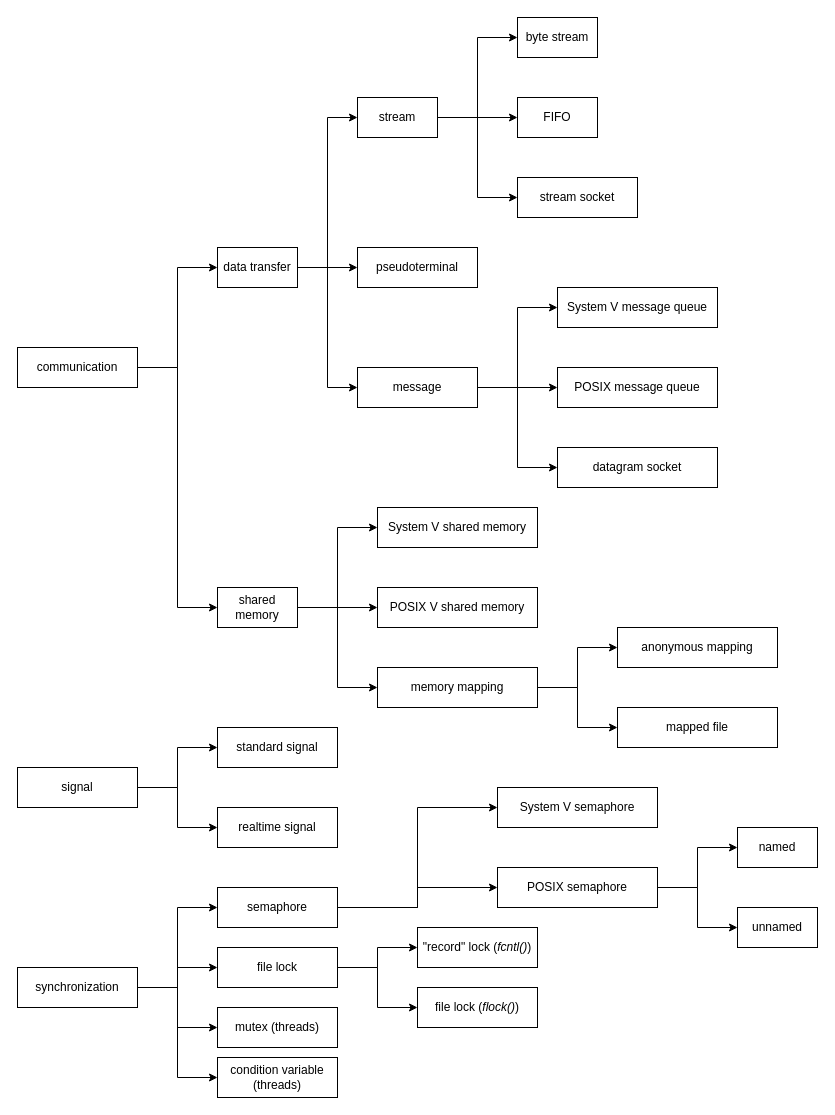
This is unix_ipc_taxonomy.drawio from da0p/diagram-notes, a draw.io file, before an edit. Source tidied: cells renumbered, new cells numbered last; positions are measured from the earlier drawing's top-left corner, leaving out a move shared by most shapes. Both pictures are drawn from the tidied source at 100%, with x=0, y=0 at pixel (17, 17).
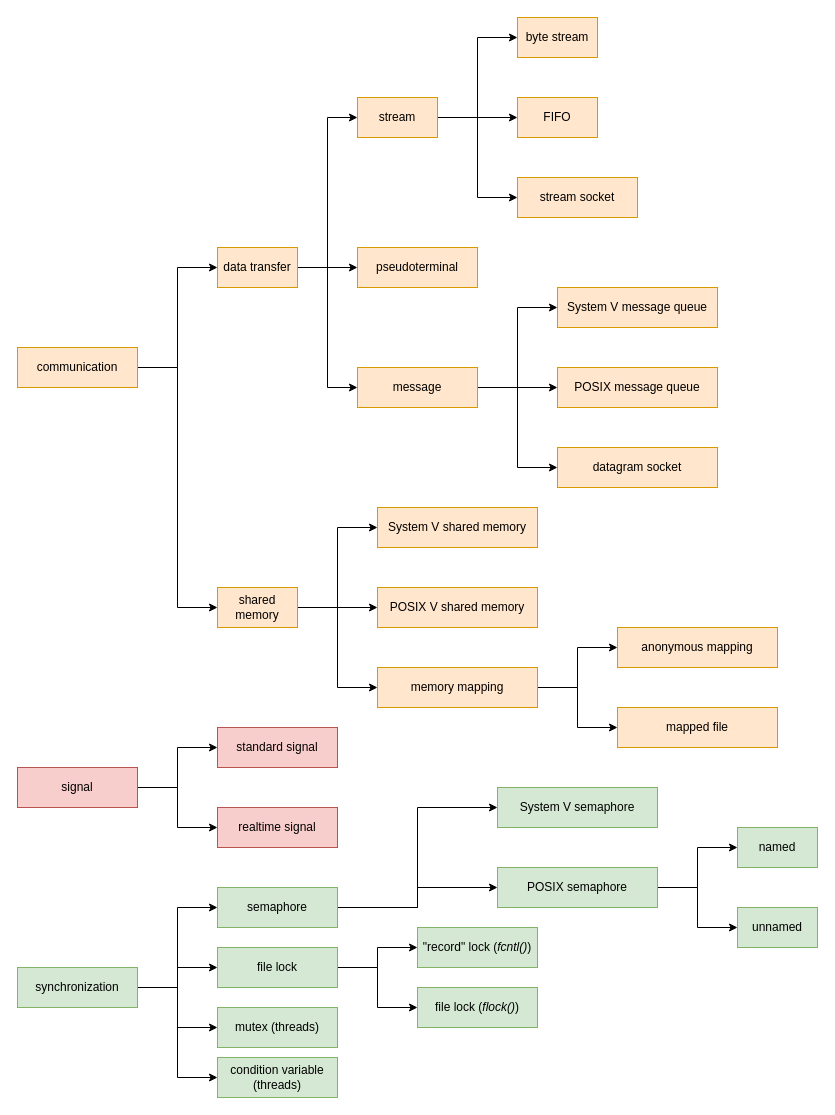
After the change.

Change to the diagram source:
```diff
@@
-    <mxCell id="5" value="communication" style="rounded=0;whiteSpace=wrap;html=1;" parent="1" vertex="1">
+    <mxCell id="5" value="communication" style="rounded=0;whiteSpace=wrap;html=1;fillColor=#ffe6cc;strokeColor=#d79b00;" parent="1" vertex="1">
       <mxGeometry y="330" width="120" height="40" as="geometry" />
     </mxCell>
@@
-    <mxCell id="9" value="stream" style="rounded=0;whiteSpace=wrap;html=1;" parent="1" vertex="1">
+    <mxCell id="9" value="stream" style="rounded=0;whiteSpace=wrap;html=1;fillColor=#ffe6cc;strokeColor=#d79b00;" parent="1" vertex="1">
       <mxGeometry x="340" y="80" width="80" height="40" as="geometry" />
     </mxCell>
-    <mxCell id="10" value="byte stream" style="rounded=0;whiteSpace=wrap;html=1;" parent="1" vertex="1">
+    <mxCell id="10" value="byte stream" style="rounded=0;whiteSpace=wrap;html=1;fillColor=#ffe6cc;strokeColor=#d79b00;" parent="1" vertex="1">
       <mxGeometry x="500" width="80" height="40" as="geometry" />
     </mxCell>
-    <mxCell id="11" value="pseudoterminal" style="rounded=0;whiteSpace=wrap;html=1;" parent="1" vertex="1">
+    <mxCell id="11" value="pseudoterminal" style="rounded=0;whiteSpace=wrap;html=1;fillColor=#ffe6cc;strokeColor=#d79b00;" parent="1" vertex="1">
       <mxGeometry x="340" y="230" width="120" height="40" as="geometry" />
     </mxCell>
@@
-    <mxCell id="15" value="message" style="rounded=0;whiteSpace=wrap;html=1;" parent="1" vertex="1">
+    <mxCell id="15" value="message" style="rounded=0;whiteSpace=wrap;html=1;fillColor=#ffe6cc;strokeColor=#d79b00;" parent="1" vertex="1">
       <mxGeometry x="340" y="350" width="120" height="40" as="geometry" />
     </mxCell>
-    <mxCell id="16" value="FIFO" style="rounded=0;whiteSpace=wrap;html=1;" parent="1" vertex="1">
+    <mxCell id="16" value="FIFO" style="rounded=0;whiteSpace=wrap;html=1;fillColor=#ffe6cc;strokeColor=#d79b00;" parent="1" vertex="1">
       <mxGeometry x="500" y="80" width="80" height="40" as="geometry" />
     </mxCell>
-    <mxCell id="17" value="stream socket" style="rounded=0;whiteSpace=wrap;html=1;" parent="1" vertex="1">
+    <mxCell id="17" value="stream socket" style="rounded=0;whiteSpace=wrap;html=1;fillColor=#ffe6cc;strokeColor=#d79b00;" parent="1" vertex="1">
       <mxGeometry x="500" y="160" width="120" height="40" as="geometry" />
     </mxCell>
-    <mxCell id="18" value="System V message queue" style="rounded=0;whiteSpace=wrap;html=1;" parent="1" vertex="1">
+    <mxCell id="18" value="System V message queue" style="rounded=0;whiteSpace=wrap;html=1;fillColor=#ffe6cc;strokeColor=#d79b00;" parent="1" vertex="1">
       <mxGeometry x="540" y="270" width="160" height="40" as="geometry" />
     </mxCell>
-    <mxCell id="19" value="POSIX message queue" style="rounded=0;whiteSpace=wrap;html=1;" parent="1" vertex="1">
+    <mxCell id="19" value="POSIX message queue" style="rounded=0;whiteSpace=wrap;html=1;fillColor=#ffe6cc;strokeColor=#d79b00;" parent="1" vertex="1">
       <mxGeometry x="540" y="350" width="160" height="40" as="geometry" />
     </mxCell>
-    <mxCell id="20" value="datagram socket" style="rounded=0;whiteSpace=wrap;html=1;" parent="1" vertex="1">
+    <mxCell id="20" value="datagram socket" style="rounded=0;whiteSpace=wrap;html=1;fillColor=#ffe6cc;strokeColor=#d79b00;" parent="1" vertex="1">
       <mxGeometry x="540" y="430" width="160" height="40" as="geometry" />
     </mxCell>
@@
-    <mxCell id="23" value="data transfer" style="rounded=0;whiteSpace=wrap;html=1;" parent="1" vertex="1">
+    <mxCell id="23" value="data transfer" style="rounded=0;whiteSpace=wrap;html=1;fillColor=#ffe6cc;strokeColor=#d79b00;" parent="1" vertex="1">
       <mxGeometry x="200" y="230" width="80" height="40" as="geometry" />
     </mxCell>
@@
-    <mxCell id="27" value="shared memory" style="rounded=0;whiteSpace=wrap;html=1;" parent="1" vertex="1">
+    <mxCell id="27" value="shared memory" style="rounded=0;whiteSpace=wrap;html=1;fillColor=#ffe6cc;strokeColor=#d79b00;" parent="1" vertex="1">
       <mxGeometry x="200" y="570" width="80" height="40" as="geometry" />
     </mxCell>
-    <mxCell id="28" value="System V shared memory" style="rounded=0;whiteSpace=wrap;html=1;" parent="1" vertex="1">
+    <mxCell id="28" value="System V shared memory" style="rounded=0;whiteSpace=wrap;html=1;fillColor=#ffe6cc;strokeColor=#d79b00;" parent="1" vertex="1">
       <mxGeometry x="360" y="490" width="160" height="40" as="geometry" />
     </mxCell>
-    <mxCell id="29" value="POSIX V shared memory" style="rounded=0;whiteSpace=wrap;html=1;" parent="1" vertex="1">
+    <mxCell id="29" value="POSIX V shared memory" style="rounded=0;whiteSpace=wrap;html=1;fillColor=#ffe6cc;strokeColor=#d79b00;" parent="1" vertex="1">
       <mxGeometry x="360" y="570" width="160" height="40" as="geometry" />
     </mxCell>
@@
-    <mxCell id="32" value="memory mapping" style="rounded=0;whiteSpace=wrap;html=1;" parent="1" vertex="1">
+    <mxCell id="32" value="memory mapping" style="rounded=0;whiteSpace=wrap;html=1;fillColor=#ffe6cc;strokeColor=#d79b00;" parent="1" vertex="1">
       <mxGeometry x="360" y="650" width="160" height="40" as="geometry" />
     </mxCell>
-    <mxCell id="33" value="anonymous mapping" style="rounded=0;whiteSpace=wrap;html=1;" parent="1" vertex="1">
+    <mxCell id="33" value="anonymous mapping" style="rounded=0;whiteSpace=wrap;html=1;fillColor=#ffe6cc;strokeColor=#d79b00;" parent="1" vertex="1">
       <mxGeometry x="600" y="610" width="160" height="40" as="geometry" />
     </mxCell>
-    <mxCell id="34" value="mapped file" style="rounded=0;whiteSpace=wrap;html=1;" parent="1" vertex="1">
+    <mxCell id="34" value="mapped file" style="rounded=0;whiteSpace=wrap;html=1;fillColor=#ffe6cc;strokeColor=#d79b00;" parent="1" vertex="1">
       <mxGeometry x="600" y="690" width="160" height="40" as="geometry" />
     </mxCell>
@@
-    <mxCell id="37" value="signal" style="rounded=0;whiteSpace=wrap;html=1;" parent="1" vertex="1">
+    <mxCell id="37" value="signal" style="rounded=0;whiteSpace=wrap;html=1;fillColor=#f8cecc;strokeColor=#b85450;" parent="1" vertex="1">
       <mxGeometry y="750" width="120" height="40" as="geometry" />
     </mxCell>
-    <mxCell id="38" value="standard signal" style="rounded=0;whiteSpace=wrap;html=1;" parent="1" vertex="1">
+    <mxCell id="38" value="standard signal" style="rounded=0;whiteSpace=wrap;html=1;fillColor=#f8cecc;strokeColor=#b85450;" parent="1" vertex="1">
       <mxGeometry x="200" y="710" width="120" height="40" as="geometry" />
     </mxCell>
-    <mxCell id="39" value="realtime signal" style="rounded=0;whiteSpace=wrap;html=1;" parent="1" vertex="1">
+    <mxCell id="39" value="realtime signal" style="rounded=0;whiteSpace=wrap;html=1;fillColor=#f8cecc;strokeColor=#b85450;" parent="1" vertex="1">
       <mxGeometry x="200" y="790" width="120" height="40" as="geometry" />
     </mxCell>
@@
-    <mxCell id="44" value="synchronization" style="rounded=0;whiteSpace=wrap;html=1;" parent="1" vertex="1">
+    <mxCell id="44" value="synchronization" style="rounded=0;whiteSpace=wrap;html=1;fillColor=#d5e8d4;strokeColor=#82b366;" parent="1" vertex="1">
       <mxGeometry y="950" width="120" height="40" as="geometry" />
     </mxCell>
@@
-    <mxCell id="47" value="semaphore" style="rounded=0;whiteSpace=wrap;html=1;" parent="1" vertex="1">
+    <mxCell id="47" value="semaphore" style="rounded=0;whiteSpace=wrap;html=1;fillColor=#d5e8d4;strokeColor=#82b366;" parent="1" vertex="1">
       <mxGeometry x="200" y="870" width="120" height="40" as="geometry" />
     </mxCell>
-    <mxCell id="48" value="System V semaphore" style="rounded=0;whiteSpace=wrap;html=1;" parent="1" vertex="1">
+    <mxCell id="48" value="System V semaphore" style="rounded=0;whiteSpace=wrap;html=1;fillColor=#d5e8d4;strokeColor=#82b366;" parent="1" vertex="1">
       <mxGeometry x="480" y="770" width="160" height="40" as="geometry" />
     </mxCell>
@@
-    <mxCell id="51" value="POSIX semaphore" style="rounded=0;whiteSpace=wrap;html=1;" parent="1" vertex="1">
+    <mxCell id="51" value="POSIX semaphore" style="rounded=0;whiteSpace=wrap;html=1;fillColor=#d5e8d4;strokeColor=#82b366;" parent="1" vertex="1">
       <mxGeometry x="480" y="850" width="160" height="40" as="geometry" />
     </mxCell>
-    <mxCell id="52" value="named" style="rounded=0;whiteSpace=wrap;html=1;" parent="1" vertex="1">
+    <mxCell id="52" value="named" style="rounded=0;whiteSpace=wrap;html=1;fillColor=#d5e8d4;strokeColor=#82b366;" parent="1" vertex="1">
       <mxGeometry x="720" y="810" width="80" height="40" as="geometry" />
     </mxCell>
-    <mxCell id="53" value="unnamed" style="rounded=0;whiteSpace=wrap;html=1;" parent="1" vertex="1">
+    <mxCell id="53" value="unnamed" style="rounded=0;whiteSpace=wrap;html=1;fillColor=#d5e8d4;strokeColor=#82b366;" parent="1" vertex="1">
       <mxGeometry x="720" y="890" width="80" height="40" as="geometry" />
     </mxCell>
@@
-    <mxCell id="56" value="file lock" style="rounded=0;whiteSpace=wrap;html=1;" parent="1" vertex="1">
+    <mxCell id="56" value="file lock" style="rounded=0;whiteSpace=wrap;html=1;fillColor=#d5e8d4;strokeColor=#82b366;" parent="1" vertex="1">
       <mxGeometry x="200" y="930" width="120" height="40" as="geometry" />
     </mxCell>
-    <mxCell id="57" value="&quot;record&quot; lock (&lt;i&gt;fcntl()&lt;/i&gt;)" style="rounded=0;whiteSpace=wrap;html=1;" parent="1" vertex="1">
+    <mxCell id="57" value="&quot;record&quot; lock (&lt;i&gt;fcntl()&lt;/i&gt;)" style="rounded=0;whiteSpace=wrap;html=1;fillColor=#d5e8d4;strokeColor=#82b366;" parent="1" vertex="1">
       <mxGeometry x="400" y="910" width="120" height="40" as="geometry" />
     </mxCell>
-    <mxCell id="58" value="file lock (&lt;i&gt;flock()&lt;/i&gt;)" style="rounded=0;whiteSpace=wrap;html=1;" parent="1" vertex="1">
+    <mxCell id="58" value="file lock (&lt;i&gt;flock()&lt;/i&gt;)" style="rounded=0;whiteSpace=wrap;html=1;fillColor=#d5e8d4;strokeColor=#82b366;" parent="1" vertex="1">
       <mxGeometry x="400" y="970" width="120" height="40" as="geometry" />
     </mxCell>
-    <mxCell id="59" value="mutex (threads)" style="rounded=0;whiteSpace=wrap;html=1;" parent="1" vertex="1">
+    <mxCell id="59" value="mutex (threads)" style="rounded=0;whiteSpace=wrap;html=1;fillColor=#d5e8d4;strokeColor=#82b366;" parent="1" vertex="1">
       <mxGeometry x="200" y="990" width="120" height="40" as="geometry" />
     </mxCell>
-    <mxCell id="60" value="condition variable (threads)" style="rounded=0;whiteSpace=wrap;html=1;" parent="1" vertex="1">
+    <mxCell id="60" value="condition variable (threads)" style="rounded=0;whiteSpace=wrap;html=1;fillColor=#d5e8d4;strokeColor=#82b366;" parent="1" vertex="1">
       <mxGeometry x="200" y="1040" width="120" height="40" as="geometry" />
     </mxCell>
```
